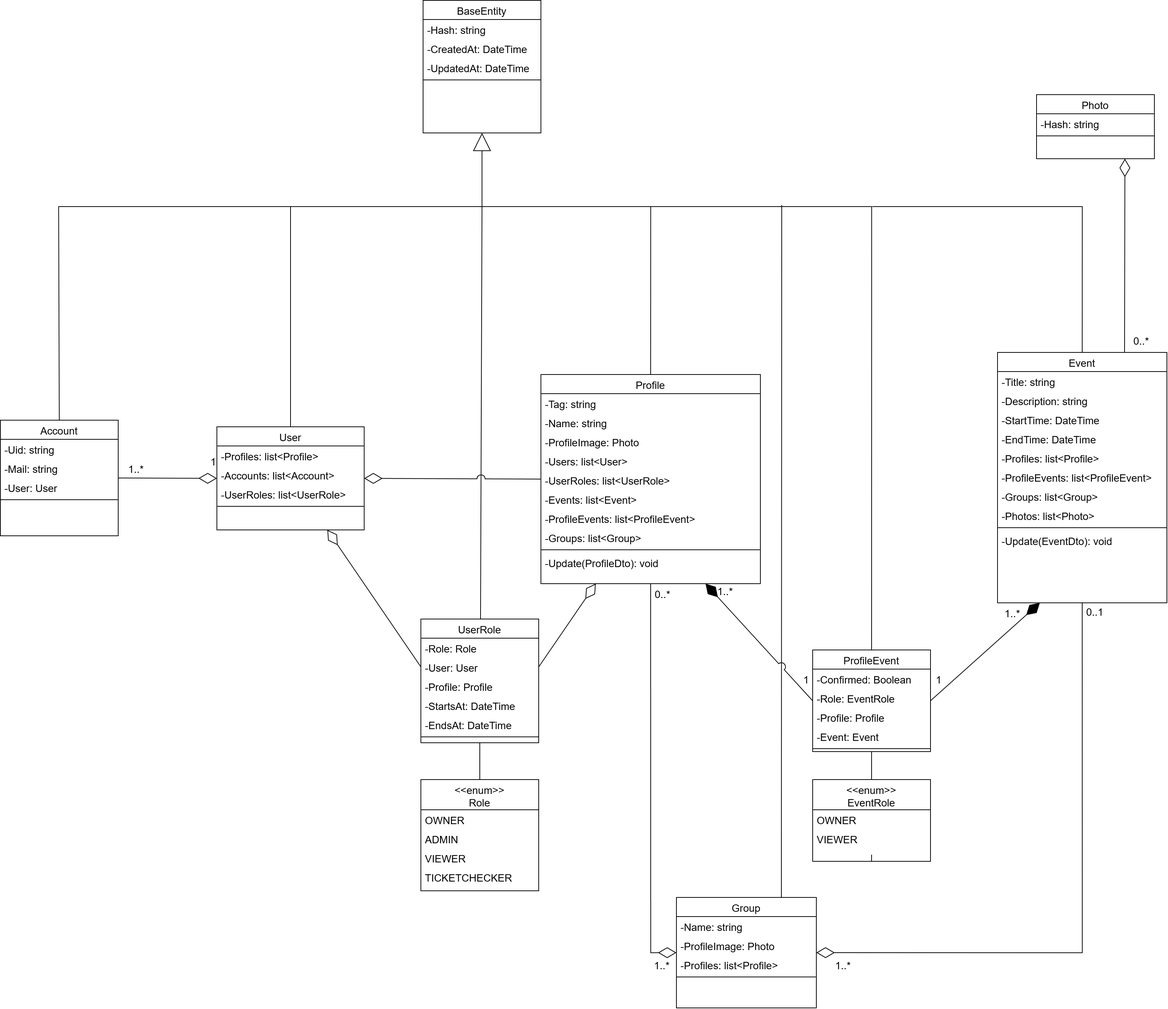
Above: latex/immagini/impl/ModelClassDiagram.png in RedDuality/WYDAnalisys (draw.io), before the change. Source tidied: cells renumbered, new cells last; positions are measured from the earlier drawing's top-left corner, leaving out a move shared by most shapes.
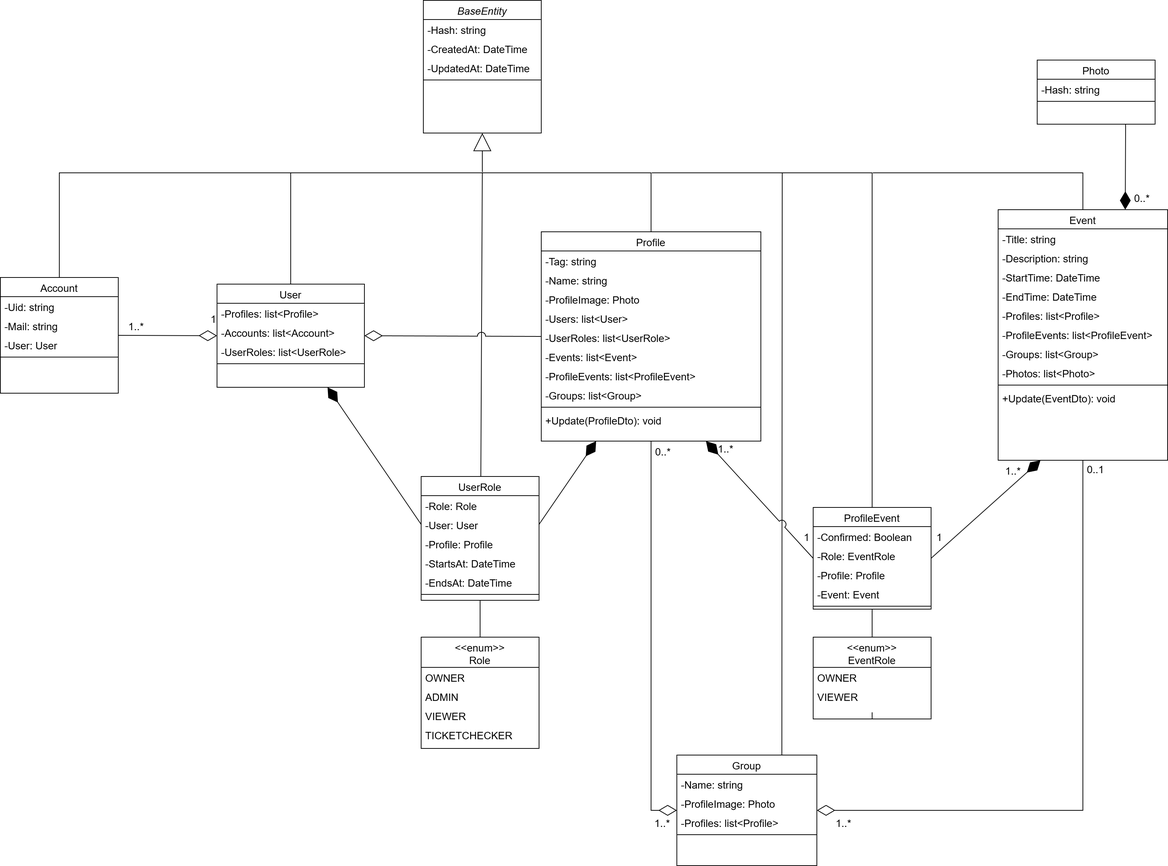
Later version of the same file.

Diff of the diagram source:
```diff
@@ -32,7 +32,7 @@
     <mxCell id="11" style="line;html=1;strokeWidth=1;align=left;verticalAlign=middle;spacingTop=-1;spacingLeft=3;spacingRight=3;labelPosition=right;fontSize=14;" parent="2" vertex="1">
       <mxGeometry y="234" width="230" height="8" as="geometry" />
     </mxCell>
-    <mxCell id="12" value="-Update(EventDto): void" style="text;align=left;verticalAlign=top;spacingLeft=4;spacingRight=4;overflow=hidden;rounded=0;shadow=0;html=0;fontSize=14;" parent="2" vertex="1">
+    <mxCell id="12" value="+Update(EventDto): void" style="text;align=left;verticalAlign=top;spacingLeft=4;spacingRight=4;overflow=hidden;rounded=0;shadow=0;html=0;fontSize=14;" parent="2" vertex="1">
       <mxGeometry y="242" width="230" height="26" as="geometry" />
     </mxCell>
     <mxCell id="13" value="Account" style="swimlane;fontStyle=0;align=center;verticalAlign=top;horizontal=1;startSize=26;rounded=0;shadow=0;strokeWidth=1;fontSize=14;" parent="1" vertex="1">
@@ -95,7 +95,7 @@
     <mxCell id="32" style="line;html=1;strokeWidth=1;align=left;verticalAlign=middle;spacingTop=-1;spacingLeft=3;spacingRight=3;labelPosition=right;fontSize=14;" parent="23" vertex="1">
       <mxGeometry y="234" width="298" height="8" as="geometry" />
     </mxCell>
-    <mxCell id="33" value="-Update(ProfileDto): void" style="text;align=left;verticalAlign=top;spacingLeft=4;spacingRight=4;overflow=hidden;rounded=0;shadow=0;html=0;fontSize=14;" parent="23" vertex="1">
+    <mxCell id="33" value="+Update(ProfileDto): void" style="text;align=left;verticalAlign=top;spacingLeft=4;spacingRight=4;overflow=hidden;rounded=0;shadow=0;html=0;fontSize=14;" parent="23" vertex="1">
       <mxGeometry y="242" width="298" height="26" as="geometry" />
     </mxCell>
     <mxCell id="34" value="UserRole" style="swimlane;fontStyle=0;align=center;verticalAlign=top;horizontal=1;startSize=26;rounded=0;shadow=0;strokeWidth=1;fontSize=14;" parent="1" vertex="1">
@@ -155,8 +155,8 @@
     <mxCell id="52" style="line;html=1;strokeWidth=1;align=left;verticalAlign=middle;spacingTop=-1;spacingLeft=3;spacingRight=3;labelPosition=right;fontSize=14;" parent="47" vertex="1">
       <mxGeometry y="130" width="160" height="8" as="geometry" />
     </mxCell>
-    <mxCell id="53" value="BaseEntity" style="swimlane;fontStyle=0;align=center;verticalAlign=top;horizontal=1;startSize=26;rounded=0;shadow=0;strokeWidth=1;fontSize=14;" parent="1" vertex="1">
-      <mxGeometry x="574" width="160" height="180" as="geometry" />
+    <mxCell id="53" value="BaseEntity" style="swimlane;fontStyle=2;align=center;verticalAlign=top;horizontal=1;startSize=26;rounded=0;shadow=0;strokeWidth=1;fontSize=14;" parent="1" vertex="1">
+      <mxGeometry x="574" y="194" width="160" height="180" as="geometry" />
     </mxCell>
     <mxCell id="54" value="-Hash: string" style="text;align=left;verticalAlign=top;spacingLeft=4;spacingRight=4;overflow=hidden;rounded=0;shadow=0;html=0;fontSize=14;" parent="53" vertex="1">
       <mxGeometry y="26" width="160" height="26" as="geometry" />
@@ -205,21 +205,22 @@
     </mxCell>
     <mxCell id="69" style="endArrow=block;html=1;rounded=0;entryX=0.5;entryY=1;entryDx=0;entryDy=0;endFill=0;startSize=22;endSize=22;fontSize=14;" parent="1" edge="1" target="53">
       <mxGeometry relative="1" as="geometry">
-        <mxPoint x="654" y="280" as="sourcePoint" />
+        <mxPoint x="654" y="427" as="sourcePoint" />
       </mxGeometry>
     </mxCell>
     <mxCell id="70" style="endArrow=none;html=1;rounded=0;exitX=0.5;exitY=0;exitDx=0;exitDy=0;edgeStyle=orthogonalEdgeStyle;fontSize=14;" parent="1" edge="1" source="13">
       <mxGeometry relative="1" as="geometry">
-        <mxPoint x="654" y="280" as="targetPoint" />
+        <mxPoint x="654" y="428" as="targetPoint" />
         <Array as="points">
-          <mxPoint x="79" y="280" />
+          <mxPoint x="80" y="428" />
+          <mxPoint x="654" y="428" />
         </Array>
       </mxGeometry>
     </mxCell>
     <mxCell id="71" style="endArrow=none;html=1;rounded=0;exitX=0.5;exitY=0;exitDx=0;exitDy=0;fontSize=14;" parent="1" edge="1">
       <mxGeometry relative="1" as="geometry">
         <mxPoint x="652" y="840" as="sourcePoint" />
-        <mxPoint x="654" y="280" as="targetPoint" />
+        <mxPoint x="654" y="428" as="targetPoint" />
       </mxGeometry>
     </mxCell>
     <mxCell id="72" style="endArrow=none;html=1;rounded=0;exitX=1;exitY=0.5;exitDx=0;exitDy=0;entryX=0;entryY=0.5;entryDx=0;entryDy=0;startArrow=diamondThin;startFill=0;endFill=0;startSize=22;endSize=22;jumpStyle=arc;jumpSize=11;fontSize=14;" parent="1" edge="1" source="18" target="23">
@@ -228,19 +229,19 @@
     <mxCell id="73" style="endArrow=none;html=1;rounded=0;entryX=0.5;entryY=1;entryDx=0;entryDy=0;exitX=0.5;exitY=0;exitDx=0;exitDy=0;fontSize=14;" parent="1" edge="1" source="91" target="47">
       <mxGeometry relative="1" as="geometry" />
     </mxCell>
-    <mxCell id="74" style="endArrow=diamondThin;html=1;rounded=0;entryX=0.75;entryY=1;entryDx=0;entryDy=0;exitX=0;exitY=0.5;exitDx=0;exitDy=0;startArrow=none;startFill=0;startSize=22;endFill=0;endSize=22;fontSize=14;" parent="1" edge="1" target="18">
+    <mxCell id="74" style="endArrow=diamondThin;html=1;rounded=0;entryX=0.75;entryY=1;entryDx=0;entryDy=0;exitX=0;exitY=0.5;exitDx=0;exitDy=0;startArrow=none;startFill=0;startSize=22;endFill=1;endSize=22;fontSize=14;" parent="1" edge="1" target="18">
       <mxGeometry relative="1" as="geometry">
         <mxPoint x="571" y="905" as="sourcePoint" />
       </mxGeometry>
     </mxCell>
-    <mxCell id="75" style="endArrow=diamondThin;html=1;rounded=0;entryX=0.25;entryY=1;entryDx=0;entryDy=0;exitX=1;exitY=0.5;exitDx=0;exitDy=0;endFill=0;startSize=22;endSize=22;fontSize=14;" parent="1" edge="1" target="23">
+    <mxCell id="75" style="endArrow=diamondThin;html=1;rounded=0;entryX=0.25;entryY=1;entryDx=0;entryDy=0;exitX=1;exitY=0.5;exitDx=0;exitDy=0;endFill=1;startSize=22;endSize=22;fontSize=14;" parent="1" edge="1" target="23">
       <mxGeometry relative="1" as="geometry">
         <mxPoint x="731" y="905" as="sourcePoint" />
       </mxGeometry>
     </mxCell>
     <mxCell id="76" style="endArrow=none;html=1;rounded=0;exitX=0.5;exitY=0;exitDx=0;exitDy=0;fontSize=14;" parent="1" edge="1" source="18">
       <mxGeometry relative="1" as="geometry">
-        <mxPoint x="394" y="280" as="targetPoint" />
+        <mxPoint x="394" y="428" as="targetPoint" />
       </mxGeometry>
     </mxCell>
     <mxCell id="77" style="endArrow=diamondThin;html=1;rounded=0;entryX=0.25;entryY=1;entryDx=0;entryDy=0;exitX=1;exitY=0.5;exitDx=0;exitDy=0;endFill=1;startSize=22;endSize=22;fontSize=14;" parent="1" edge="1" source="47" target="2">
@@ -248,25 +249,25 @@
     </mxCell>
     <mxCell id="78" style="endArrow=none;html=1;rounded=0;exitX=0.5;exitY=0;exitDx=0;exitDy=0;edgeStyle=orthogonalEdgeStyle;fontSize=14;" parent="1" edge="1" source="23">
       <mxGeometry relative="1" as="geometry">
-        <mxPoint x="654" y="280" as="targetPoint" />
+        <mxPoint x="654" y="428" as="targetPoint" />
         <Array as="points">
-          <mxPoint x="883" y="280" />
+          <mxPoint x="883" y="428" />
         </Array>
       </mxGeometry>
     </mxCell>
     <mxCell id="79" style="endArrow=none;html=1;rounded=0;exitX=0.5;exitY=0;exitDx=0;exitDy=0;edgeStyle=orthogonalEdgeStyle;fontSize=14;" parent="1" edge="1" source="47">
       <mxGeometry relative="1" as="geometry">
-        <mxPoint x="875" y="280" as="targetPoint" />
+        <mxPoint x="884" y="428" as="targetPoint" />
         <Array as="points">
-          <mxPoint x="1183" y="280" />
+          <mxPoint x="1183" y="428" />
         </Array>
       </mxGeometry>
     </mxCell>
     <mxCell id="80" style="endArrow=none;html=1;rounded=0;exitX=0.5;exitY=0;exitDx=0;exitDy=0;edgeStyle=orthogonalEdgeStyle;fontSize=14;" parent="1" edge="1" source="2">
       <mxGeometry relative="1" as="geometry">
-        <mxPoint x="1184" y="280" as="targetPoint" />
+        <mxPoint x="1184" y="428" as="targetPoint" />
         <Array as="points">
-          <mxPoint x="1469" y="280" />
+          <mxPoint x="1469" y="428" />
         </Array>
       </mxGeometry>
     </mxCell>
@@ -278,7 +279,7 @@
     </mxCell>
     <mxCell id="83" style="endArrow=none;html=1;rounded=0;exitX=0.75;exitY=0;exitDx=0;exitDy=0;fontSize=14;" parent="1" edge="1" source="61">
       <mxGeometry relative="1" as="geometry">
-        <mxPoint x="1061" y="278" as="targetPoint" />
+        <mxPoint x="1061" y="428" as="targetPoint" />
       </mxGeometry>
     </mxCell>
     <mxCell id="84" style="endArrow=diamondThin;html=1;rounded=0;entryX=0.75;entryY=1;entryDx=0;entryDy=0;exitX=0;exitY=0.5;exitDx=0;exitDy=0;startArrow=none;startFill=0;startSize=22;endFill=1;endSize=22;jumpStyle=arc;jumpSize=11;fontSize=14;" parent="1" edge="1" source="47" target="23">
@@ -314,7 +315,7 @@
       <mxGeometry y="67" width="160" height="26" as="geometry" />
     </mxCell>
     <mxCell id="94" value="Photo" style="swimlane;fontStyle=0;align=center;verticalAlign=top;horizontal=1;startSize=26;rounded=0;shadow=0;strokeWidth=1;fontSize=14;" parent="1" vertex="1">
-      <mxGeometry x="1407" y="128" width="160" height="87" as="geometry" />
+      <mxGeometry x="1407" y="275" width="160" height="87" as="geometry" />
     </mxCell>
     <mxCell id="95" value="-Hash: string" style="text;align=left;verticalAlign=top;spacingLeft=4;spacingRight=4;overflow=hidden;rounded=0;shadow=0;html=0;fontSize=14;" parent="94" vertex="1">
       <mxGeometry y="26" width="160" height="26" as="geometry" />
@@ -322,7 +323,7 @@
     <mxCell id="96" style="line;html=1;strokeWidth=1;align=left;verticalAlign=middle;spacingTop=-1;spacingLeft=3;spacingRight=3;labelPosition=right;fontSize=14;" parent="94" vertex="1">
       <mxGeometry y="52" width="160" height="8" as="geometry" />
     </mxCell>
-    <mxCell id="97" style="endArrow=diamondThin;html=1;rounded=0;entryX=0.75;entryY=1;entryDx=0;entryDy=0;exitX=0.75;exitY=0;exitDx=0;exitDy=0;endFill=0;startSize=22;endSize=22;fontSize=14;" parent="1" edge="1" source="2" target="94">
+    <mxCell id="97" style="endArrow=none;html=1;rounded=0;entryX=0.75;entryY=1;entryDx=0;entryDy=0;exitX=0.75;exitY=0;exitDx=0;exitDy=0;endFill=0;startSize=22;endSize=22;fontSize=14;startFill=1;startArrow=diamondThin;" parent="1" edge="1" source="2" target="94">
       <mxGeometry relative="1" as="geometry" />
     </mxCell>
     <mxCell id="98" value="0..*" style="text;html=1;align=center;verticalAlign=middle;strokeColor=none;fillColor=none;fontSize=14;" parent="1" vertex="1">
```
